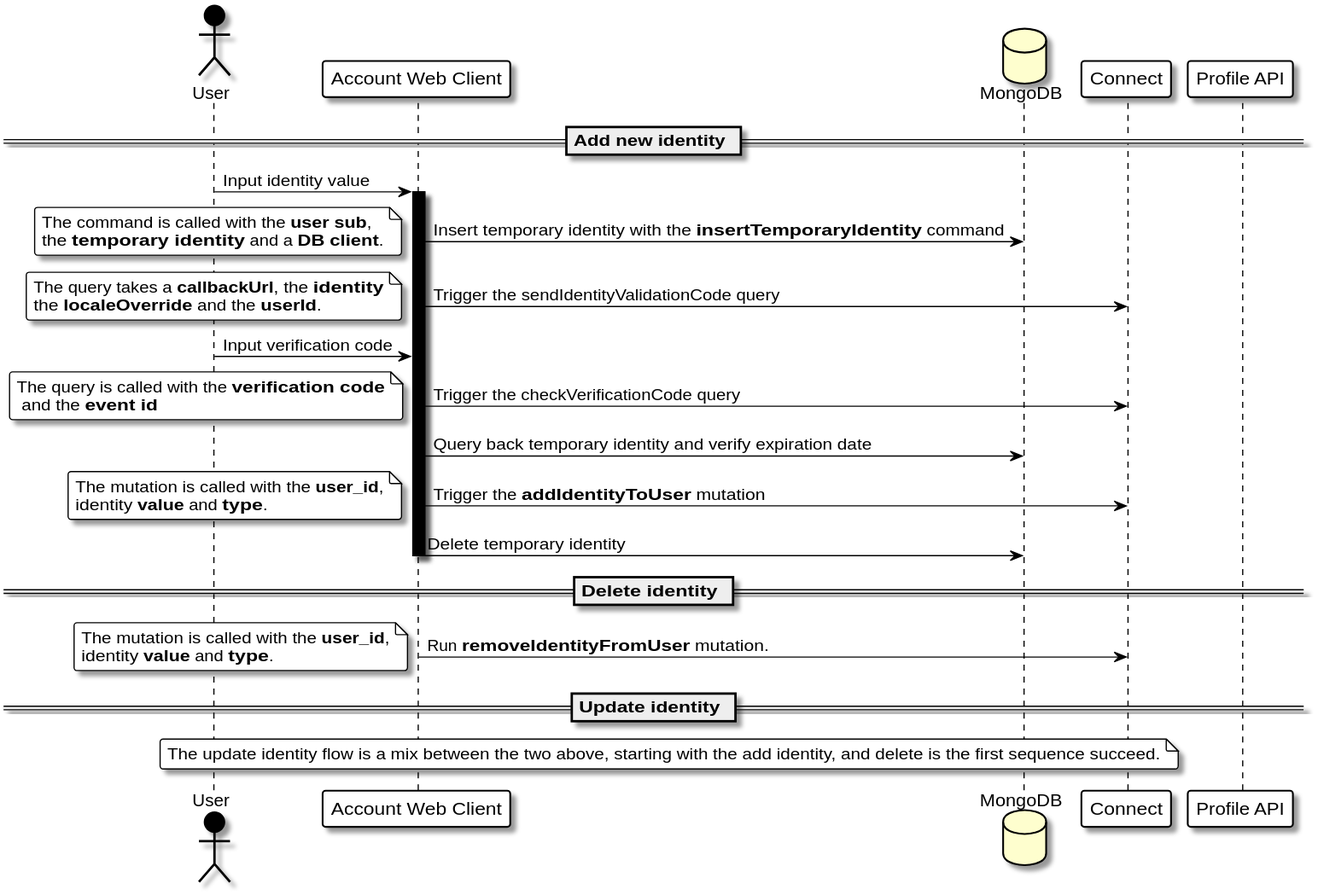
The PlantUML diagram doc/identity-action-flow.svg in fewlinesco/connect-account, before a commit. Source of this version:
```plantuml
@startuml
skinparam NoteBackgroundColor #fff
skinparam NoteBorderColor #000

skinparam sequence {
	ArrowColor #000
	ActorBorderColor #000

	LifeLineBorderColor #000
	LifeLineBackgroundColor #000

	ParticipantBorderColor #000
	ParticipantBackgroundColor #fff
	ParticipantFontColor #000

	ActorBackgroundColor #000
	ActorFontColor #000

        NoteBorderColor #000
}

skinparam roundcorner 5

actor User                         as user
participant "Account Web Client"   as account
database MongoDB                   as mongo
participant "Connect"              as connect
participant "Profile API"          as profile

== Add new identity ==

user -> account : Input identity value
activate account
account -> mongo : Insert temporary identity with the **insertTemporaryIdentity** command
note left
The command is called with the **user sub**,
the **temporary identity** and a **DB client**.
end note
account -> connect : Trigger the sendIdentityValidationCode query
note left
The query takes a **callbackUrl**, the **identity**
the **localeOverride** and the **userId**.
end note
user -> account : Input verification code
account -> connect : Trigger the checkVerificationCode query
note left
The query is called with the **verification code**
 and the **event id**
end note
account -> mongo : Query back temporary identity and verify expiration date
account -> connect : Trigger the **addIdentityToUser** mutation
note left
The mutation is called with the **user_id**,
identity **value** and **type**.
end note
account -> mongo : Delete temporary identity
deactivate account

== Delete identity ==

account -> connect : Run **removeIdentityFromUser** mutation.
note left
The mutation is called with the **user_id**,
identity **value** and **type**.
end note

== Update identity ==

note over user, connect
The update identity flow is a mix between the two above, starting with the add identity, and delete is the first sequence succeed.
end note
@enduml
```
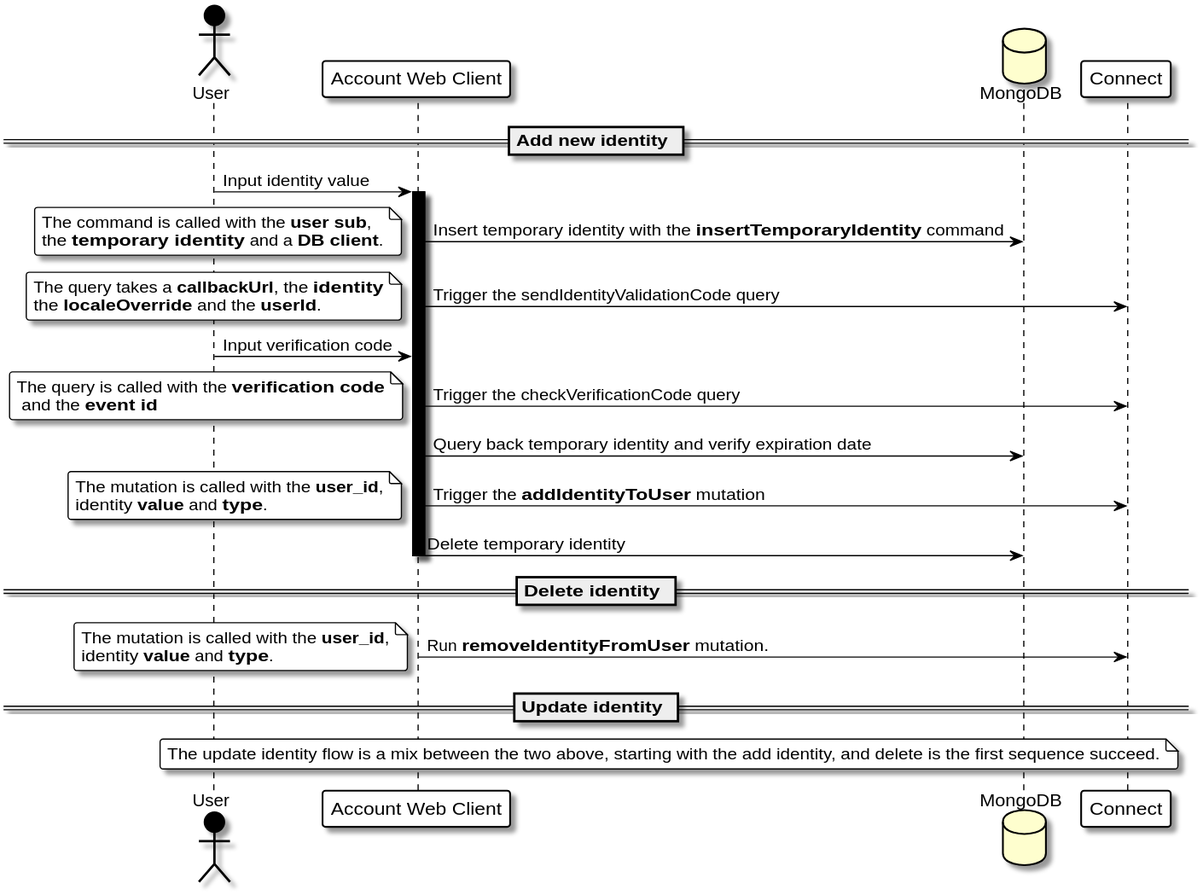
The same diagram one commit later.

Commit message:
Removed profile from diagram

Diff of the diagram source:
```diff
@@ -25,7 +25,6 @@
 participant "Account Web Client"   as account
 database MongoDB                   as mongo
 participant "Connect"              as connect
-participant "Profile API"          as profile
 
 == Add new identity ==
 
```
